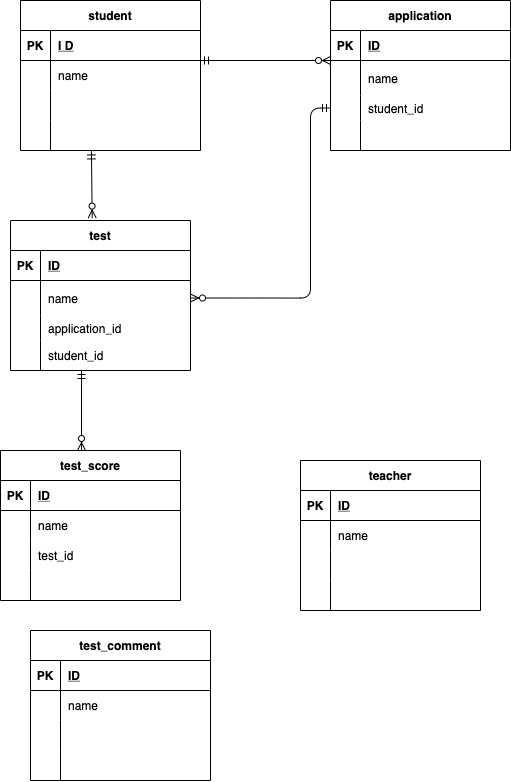
Before: index.drawio.png, a diagram exported from draw.io (daisuke88888/ER). Source tidied: cells renumbered, new cells last; positions are measured from the earlier drawing's top-left corner, leaving out a move shared by most shapes.
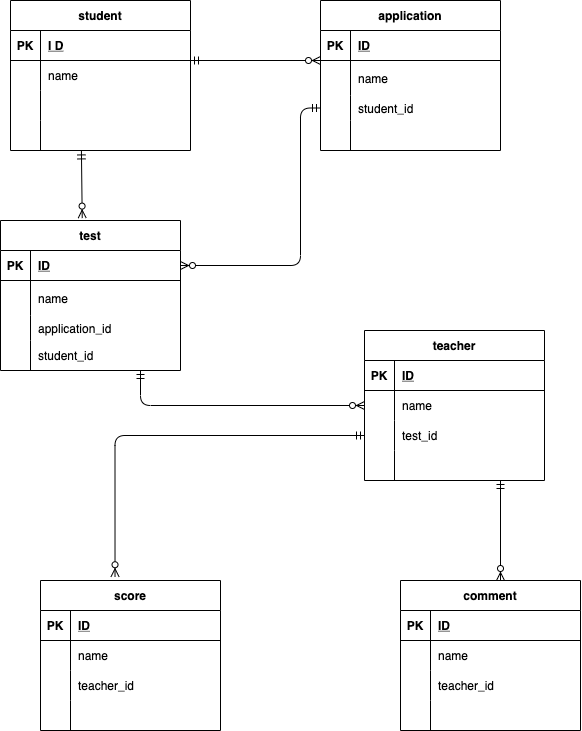
Above is the later version.

What changed in the source:
```diff
@@ -81,7 +81,7 @@
       <mxGeometry x="30" width="150" height="30" as="geometry" />
     </mxCell>
     <mxCell id="28" value="teacher" style="shape=table;startSize=30;rowLines=0;fontStyle=1;align=center;" parent="1" vertex="1">
-      <mxGeometry x="300" y="460" width="180" height="150" as="geometry" />
+      <mxGeometry x="374" y="330" width="180" height="150" as="geometry" />
     </mxCell>
     <mxCell id="29" style="shape=partialRectangle;fillColor=none;top=0;left=0;bottom=1;right=0;" parent="28" vertex="1">
       <mxGeometry y="30" width="180" height="30" as="geometry" />
@@ -107,7 +107,7 @@
     <mxCell id="36" style="shape=partialRectangle;fillColor=none;top=0;left=0;bottom=0;right=0;overflow=hidden;" parent="35" vertex="1">
       <mxGeometry width="30" height="30" as="geometry" />
     </mxCell>
-    <mxCell id="37" style="shape=partialRectangle;fillColor=none;top=0;left=0;bottom=0;right=0;align=left;spacingLeft=6;overflow=hidden;" parent="35" vertex="1">
+    <mxCell id="37" value="test_id" style="shape=partialRectangle;fillColor=none;top=0;left=0;bottom=0;right=0;align=left;spacingLeft=6;overflow=hidden;" parent="35" vertex="1">
       <mxGeometry x="30" width="150" height="30" as="geometry" />
     </mxCell>
     <mxCell id="38" style="shape=partialRectangle;fillColor=none;top=0;left=0;bottom=0;right=0;" parent="28" vertex="1">
@@ -119,8 +119,8 @@
     <mxCell id="40" style="shape=partialRectangle;fillColor=none;top=0;left=0;bottom=0;right=0;align=left;spacingLeft=6;overflow=hidden;" parent="38" vertex="1">
       <mxGeometry x="30" width="150" height="30" as="geometry" />
     </mxCell>
-    <mxCell id="41" value="test_comment" style="shape=table;startSize=30;rowLines=0;fontStyle=1;align=center;" parent="1" vertex="1">
-      <mxGeometry x="30" y="630" width="180" height="150" as="geometry" />
+    <mxCell id="41" value="comment" style="shape=table;startSize=30;rowLines=0;fontStyle=1;align=center;" parent="1" vertex="1">
+      <mxGeometry x="410" y="580" width="180" height="150" as="geometry" />
     </mxCell>
     <mxCell id="42" style="shape=partialRectangle;fillColor=none;top=0;left=0;bottom=1;right=0;" parent="41" vertex="1">
       <mxGeometry y="30" width="180" height="30" as="geometry" />
@@ -146,7 +146,7 @@
     <mxCell id="49" style="shape=partialRectangle;fillColor=none;top=0;left=0;bottom=0;right=0;overflow=hidden;" parent="48" vertex="1">
       <mxGeometry width="30" height="30" as="geometry" />
     </mxCell>
-    <mxCell id="50" style="shape=partialRectangle;fillColor=none;top=0;left=0;bottom=0;right=0;align=left;spacingLeft=6;overflow=hidden;" parent="48" vertex="1">
+    <mxCell id="50" value="teacher_id" style="shape=partialRectangle;fillColor=none;top=0;left=0;bottom=0;right=0;align=left;spacingLeft=6;overflow=hidden;" parent="48" vertex="1">
       <mxGeometry x="30" width="150" height="30" as="geometry" />
     </mxCell>
     <mxCell id="51" style="shape=partialRectangle;fillColor=none;top=0;left=0;bottom=0;right=0;" parent="41" vertex="1">
@@ -203,14 +203,13 @@
     <mxCell id="67" style="shape=partialRectangle;fillColor=none;top=0;left=0;bottom=0;right=0;align=left;spacingLeft=6;overflow=hidden;" parent="65" vertex="1">
       <mxGeometry x="30" width="150" height="30" as="geometry" />
     </mxCell>
-    <mxCell id="68" style="fontSize=12;html=1;endArrow=ERzeroToMany;startArrow=ERmandOne;" parent="1" edge="1">
+    <mxCell id="68" style="fontSize=12;html=1;endArrow=ERzeroToMany;startArrow=ERmandOne;entryX=0;entryY=0.5;entryDx=0;entryDy=0;edgeStyle=orthogonalEdgeStyle;" parent="1" edge="1" target="32">
       <mxGeometry relative="1" as="geometry">
-        <mxPoint x="81" y="370" as="sourcePoint" />
-        <mxPoint x="81" y="450" as="targetPoint" />
+        <mxPoint x="150" y="370" as="sourcePoint" />
       </mxGeometry>
     </mxCell>
-    <mxCell id="69" value="test_score" style="shape=table;startSize=30;rowLines=0;fontStyle=1;align=center;" parent="1" vertex="1">
-      <mxGeometry y="450" width="180" height="150" as="geometry" />
+    <mxCell id="69" value="score" style="shape=table;startSize=30;rowLines=0;fontStyle=1;align=center;" parent="1" vertex="1">
+      <mxGeometry x="50" y="580" width="180" height="150" as="geometry" />
     </mxCell>
     <mxCell id="70" style="shape=partialRectangle;fillColor=none;top=0;left=0;bottom=1;right=0;" parent="69" vertex="1">
       <mxGeometry y="30" width="180" height="30" as="geometry" />
@@ -236,7 +235,7 @@
     <mxCell id="77" style="shape=partialRectangle;fillColor=none;top=0;left=0;bottom=0;right=0;overflow=hidden;" parent="76" vertex="1">
       <mxGeometry width="30" height="30" as="geometry" />
     </mxCell>
-    <mxCell id="78" value="test_id" style="shape=partialRectangle;fillColor=none;top=0;left=0;bottom=0;right=0;align=left;spacingLeft=6;overflow=hidden;" parent="76" vertex="1">
+    <mxCell id="78" value="teacher_id" style="shape=partialRectangle;fillColor=none;top=0;left=0;bottom=0;right=0;align=left;spacingLeft=6;overflow=hidden;" parent="76" vertex="1">
       <mxGeometry x="30" width="150" height="30" as="geometry" />
     </mxCell>
     <mxCell id="79" style="shape=partialRectangle;fillColor=none;top=0;left=0;bottom=0;right=0;" parent="69" vertex="1">
@@ -251,13 +250,22 @@
     <mxCell id="82" style="fontSize=12;html=1;endArrow=ERzeroToMany;startArrow=ERmandOne;entryX=0.454;entryY=-0.016;entryDx=0;entryDy=0;entryPerimeter=0;exitX=0.394;exitY=1.014;exitDx=0;exitDy=0;exitPerimeter=0;" parent="1" edge="1" source="12" target="15">
       <mxGeometry relative="1" as="geometry" />
     </mxCell>
-    <mxCell id="83" style="fontSize=12;html=1;endArrow=ERzeroToMany;startArrow=ERmandOne;entryX=1;entryY=0.5;entryDx=0;entryDy=0;exitX=0;exitY=0.5;exitDx=0;exitDy=0;edgeStyle=orthogonalEdgeStyle;" parent="1" edge="1" source="62" target="19">
+    <mxCell id="83" style="fontSize=12;html=1;endArrow=ERzeroToMany;startArrow=ERmandOne;entryX=1;entryY=0.5;entryDx=0;entryDy=0;exitX=0;exitY=0.5;exitDx=0;exitDy=0;edgeStyle=orthogonalEdgeStyle;" parent="1" edge="1" source="62" target="16">
       <mxGeometry relative="1" as="geometry">
         <Array as="points">
           <mxPoint x="310" y="108" />
-          <mxPoint x="310" y="298" />
+          <mxPoint x="310" y="265" />
         </Array>
       </mxGeometry>
     </mxCell>
+    <mxCell id="84" style="fontSize=12;html=1;endArrow=ERzeroToMany;startArrow=ERmandOne;entryX=0;entryY=0.5;entryDx=0;entryDy=0;" parent="1" edge="1">
+      <mxGeometry relative="1" as="geometry">
+        <mxPoint x="510" y="480" as="sourcePoint" />
+        <mxPoint x="510" y="580" as="targetPoint" />
+      </mxGeometry>
+    </mxCell>
+    <mxCell id="85" style="fontSize=12;html=1;endArrow=ERzeroToMany;startArrow=ERmandOne;entryX=0.414;entryY=-0.025;entryDx=0;entryDy=0;edgeStyle=orthogonalEdgeStyle;exitX=0;exitY=0.5;exitDx=0;exitDy=0;entryPerimeter=0;" parent="1" edge="1" source="35" target="69">
+      <mxGeometry relative="1" as="geometry" />
+    </mxCell>
   </root>
 </mxGraphModel>
```
